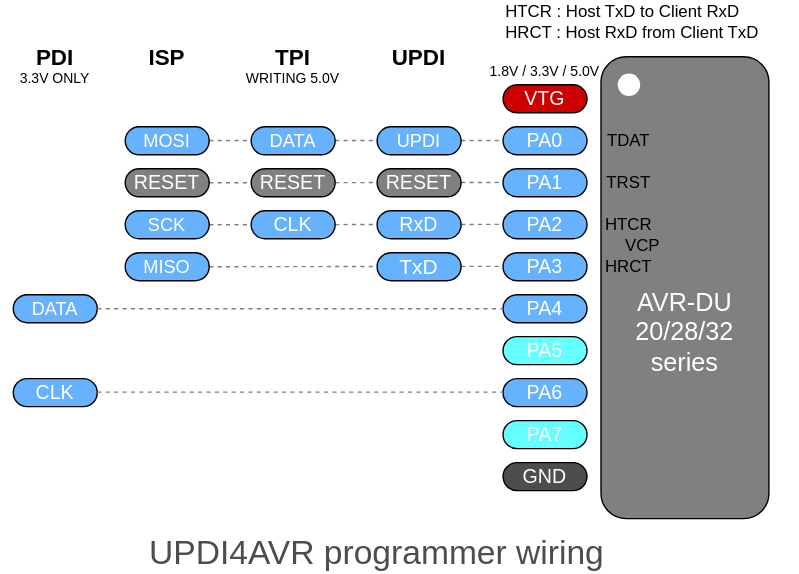
This is product/UPDI4AVR/images/U4AU_PINOUT.drawio.svg from askn37/askn37.github.io, a draw.io export, as it was before one commit. Source tidied: cells renumbered, new cells last; positions are measured from the earlier drawing's top-left corner, leaving out a move shared by most shapes.
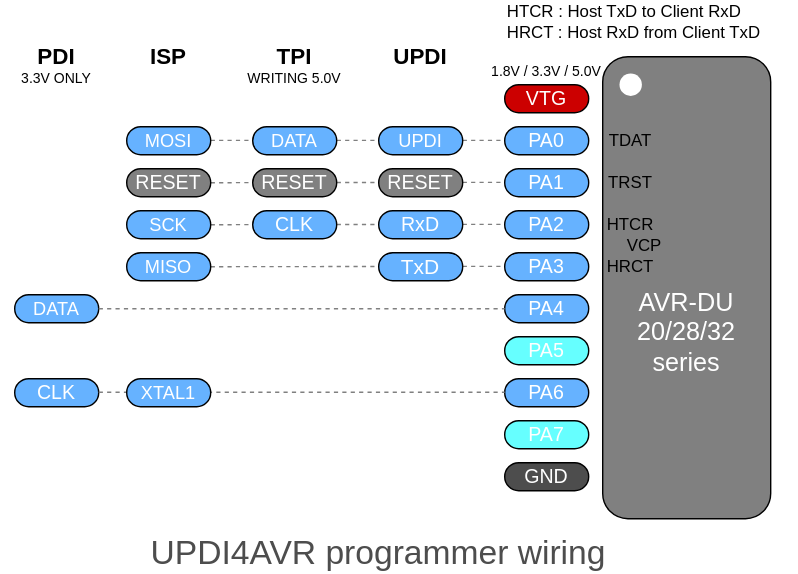
The same file after the commit.

The edit, as a diff of the source:
```diff
@@ -148,5 +148,8 @@
     <mxCell id="46" value="VCP" style="text;strokeColor=none;align=center;fillColor=none;html=1;verticalAlign=middle;whiteSpace=wrap;rounded=0;" parent="1" vertex="1">
       <mxGeometry x="430" y="160" width="60" height="30" as="geometry" />
     </mxCell>
+    <mxCell id="47" value="XTAL1" style="rounded=1;whiteSpace=wrap;html=1;labelBackgroundColor=none;fontSize=13;fontColor=#FFFFFF;fillColor=#66B2FF;arcSize=50;verticalAlign=middle;" parent="1" vertex="1">
+      <mxGeometry x="90" y="270" width="60" height="20" as="geometry" />
+    </mxCell>
   </root>
 </mxGraphModel>
```
